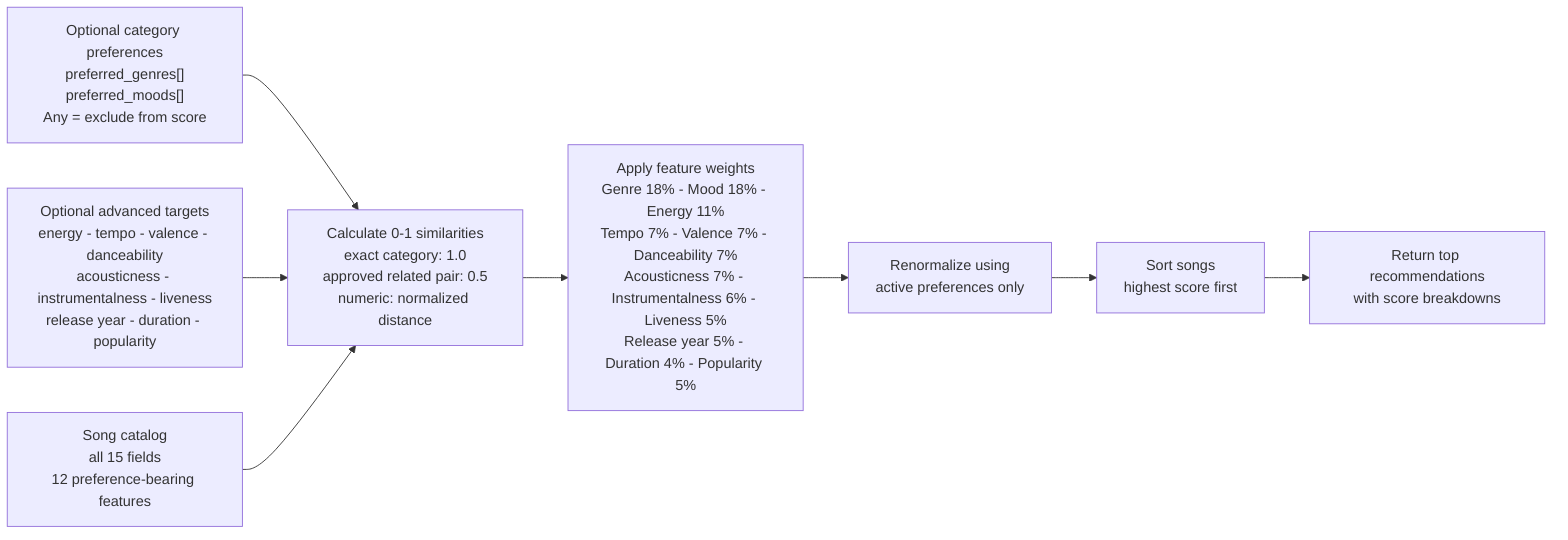
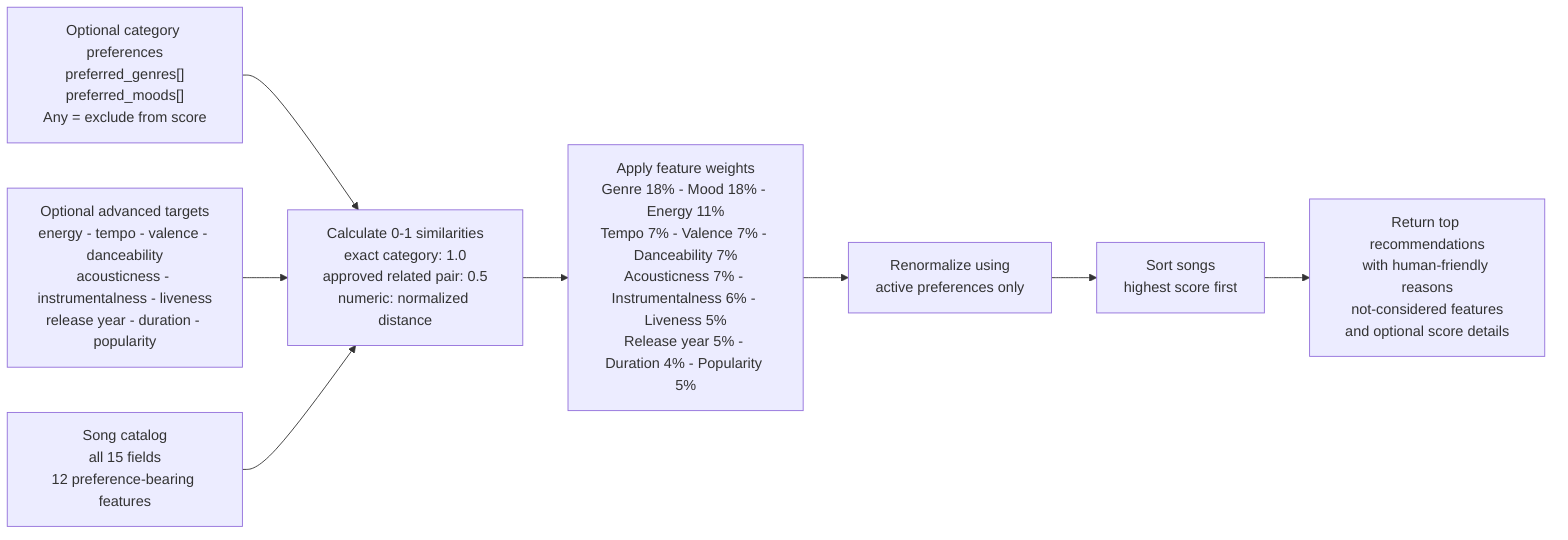
flowchart LR
    A["Optional category preferences<br/>preferred_genres[]<br/>preferred_moods[]<br/>Any = exclude from score"]
    B["Optional advanced targets<br/>energy - tempo - valence - danceability<br/>acousticness - instrumentalness - liveness<br/>release year - duration - popularity"]
    C["Song catalog<br/>all 15 fields<br/>12 preference-bearing features"]

    A --> D["Calculate 0-1 similarities<br/>exact category: 1.0<br/>approved related pair: 0.5<br/>numeric: normalized distance"]
    B --> D
    C --> D

    D --> E["Apply feature weights<br/>Genre 18% - Mood 18% - Energy 11%<br/>Tempo 7% - Valence 7% - Danceability 7%<br/>Acousticness 7% - Instrumentalness 6% - Liveness 5%<br/>Release year 5% - Duration 4% - Popularity 5%"]
    E --> F["Renormalize using<br/>active preferences only"]
    F --> G["Sort songs<br/>highest score first"]
-     G --> H["Return top recommendations<br/>with score breakdowns"]
+     G --> H["Return top recommendations<br/>with human-friendly reasons<br/>not-considered features<br/>and optional score details"]
